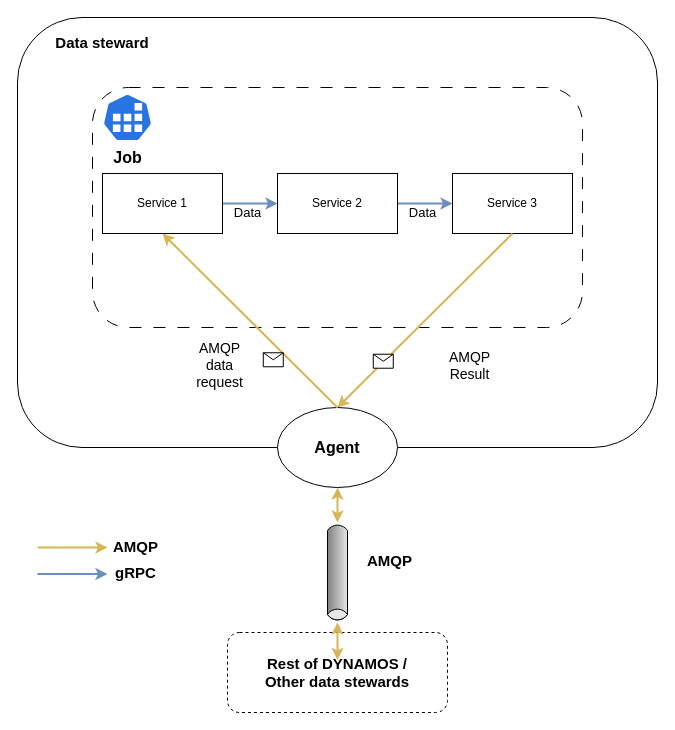
Above: docs/drawio/dynamos/job-abstract.drawio in Jorrit05/DYNAMOS (draw.io), before the change. Source tidied: cells renumbered, new cells numbered last; positions are measured from the earlier drawing's top-left corner, leaving out a move shared by most shapes. Both pictures are drawn from the tidied source at 100%, with x=0, y=0 at pixel (17, 17).
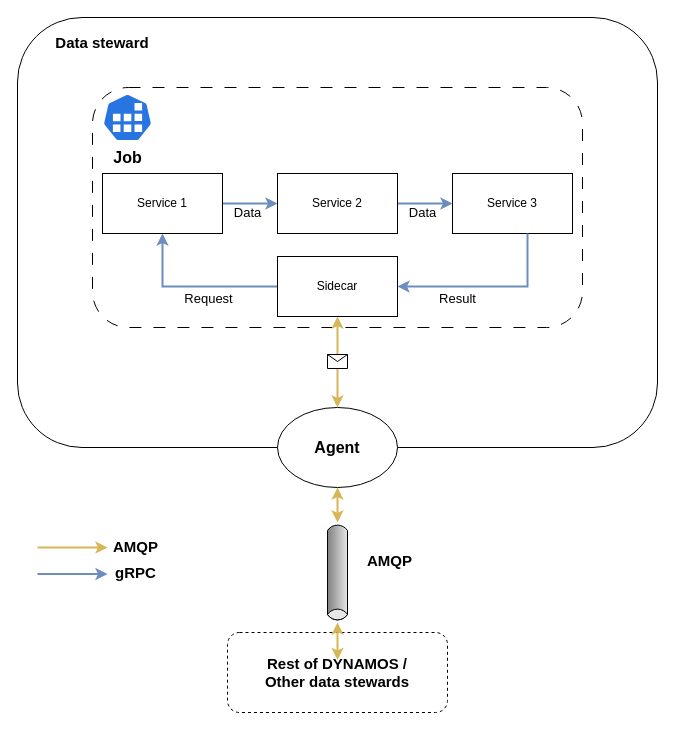
Above is the later version.

The change refers to these unchanged cells:
```xml
<mxCell id="5" value="&lt;b&gt;&lt;font style=&quot;font-size: 16px;&quot;&gt;Agent&lt;/font&gt;&lt;/b&gt;" style="ellipse;whiteSpace=wrap;html=1;" parent="1" vertex="1">
  <mxGeometry x="260" y="390" width="120" height="80" as="geometry" />
</mxCell>
<mxCell id="15" value="Service 1" style="rounded=0;whiteSpace=wrap;html=1;" parent="1" vertex="1">
  <mxGeometry x="85" y="156" width="120" height="60" as="geometry" />
</mxCell>
<mxCell id="19" value="Service 3" style="rounded=0;whiteSpace=wrap;html=1;" parent="1" vertex="1">
  <mxGeometry x="435" y="156" width="120" height="60" as="geometry" />
</mxCell>
```

The edit, as a diff of the source:
```diff
@@
-    <mxCell id="24" parent="0" />
-    <mxCell id="25" style="endArrow=classic;html=1;rounded=0;exitX=0.5;exitY=0;exitDx=0;exitDy=0;entryX=0.5;entryY=1;entryDx=0;entryDy=0;fillColor=#fff2cc;strokeColor=#d6b656;strokeWidth=2;" parent="24" edge="1" source="5" target="15">
-      <mxGeometry relative="1" as="geometry" />
-    </mxCell>
-    <mxCell id="26" style="shape=message;html=1;" parent="25" vertex="1">
-      <mxGeometry width="20" height="14" relative="1" as="geometry">
-        <mxPoint x="13" y="32" as="offset" />
-      </mxGeometry>
-    </mxCell>
-    <mxCell id="27" value="&lt;font style=&quot;font-size: 14px;&quot;&gt;AMQP&lt;br&gt;data request&lt;br&gt;&lt;/font&gt;" style="text;html=1;strokeColor=none;fillColor=none;align=center;verticalAlign=middle;whiteSpace=wrap;rounded=0;" parent="24" vertex="1">
-      <mxGeometry x="180" y="335" width="45" height="25" as="geometry" />
-    </mxCell>
-    <mxCell id="28" style="endArrow=classic;html=1;rounded=0;exitX=0.5;exitY=1;exitDx=0;exitDy=0;entryX=0.5;entryY=0;entryDx=0;entryDy=0;fillColor=#fff2cc;strokeColor=#d6b656;strokeWidth=2;" parent="24" edge="1" source="19" target="5">
-      <mxGeometry relative="1" as="geometry" />
-    </mxCell>
-    <mxCell id="29" style="shape=message;html=1;" parent="28" vertex="1">
-      <mxGeometry width="20" height="14" relative="1" as="geometry">
-        <mxPoint x="-52" y="34" as="offset" />
-      </mxGeometry>
-    </mxCell>
-    <mxCell id="30" value="&lt;font style=&quot;font-size: 14px;&quot;&gt;AMQP&lt;br&gt;Result&lt;br&gt;&lt;/font&gt;" style="text;html=1;strokeColor=none;fillColor=none;align=center;verticalAlign=middle;whiteSpace=wrap;rounded=0;" parent="24" vertex="1">
-      <mxGeometry x="430" y="335" width="45" height="25" as="geometry" />
-    </mxCell>
+    <mxCell id="31" parent="0" />
+    <mxCell id="32" style="edgeStyle=orthogonalEdgeStyle;rounded=0;jettySize=auto;html=1;fillColor=#dae8fc;strokeColor=#6c8ebf;strokeWidth=2;" parent="31" edge="1" source="34" target="15">
+      <mxGeometry relative="1" as="geometry" />
+    </mxCell>
+    <mxCell id="33" value="Request" style="edgeLabel;html=1;align=center;verticalAlign=middle;fontSize=13;" parent="32" vertex="1">
+      <mxGeometry x="-0.3" relative="1" as="geometry">
+        <mxPoint x="-11" y="11" as="offset" />
+      </mxGeometry>
+    </mxCell>
+    <mxCell id="34" value="Sidecar" style="rounded=0;whiteSpace=wrap;html=1;" parent="31" vertex="1">
+      <mxGeometry x="260" y="239" width="120" height="60" as="geometry" />
+    </mxCell>
+    <mxCell id="35" style="edgeStyle=orthogonalEdgeStyle;rounded=0;jettySize=auto;html=1;entryX=1;entryY=0.5;entryDx=0;entryDy=0;fillColor=#dae8fc;strokeColor=#6c8ebf;strokeWidth=2;" parent="31" edge="1" source="19" target="34">
+      <mxGeometry relative="1" as="geometry">
+        <Array as="points">
+          <mxPoint x="510" y="269" />
+        </Array>
+      </mxGeometry>
+    </mxCell>
+    <mxCell id="36" value="Result" style="edgeLabel;html=1;align=center;verticalAlign=middle;fontSize=13;" parent="35" vertex="1">
+      <mxGeometry x="0.36" y="-1" relative="1" as="geometry">
+        <mxPoint y="12" as="offset" />
+      </mxGeometry>
+    </mxCell>
+    <mxCell id="37" style="endArrow=classic;html=1;rounded=0;entryX=0.5;entryY=1;entryDx=0;entryDy=0;exitX=0.5;exitY=0;exitDx=0;exitDy=0;startArrow=classic;startFill=1;fillColor=#fff2cc;strokeColor=#d6b656;strokeWidth=2;" parent="31" edge="1" source="5" target="34">
+      <mxGeometry relative="1" as="geometry" />
+    </mxCell>
+    <mxCell id="38" style="shape=message;html=1;" parent="37" vertex="1">
+      <mxGeometry width="20" height="14" relative="1" as="geometry">
+        <mxPoint x="-10" y="-7" as="offset" />
+      </mxGeometry>
+    </mxCell>
```
